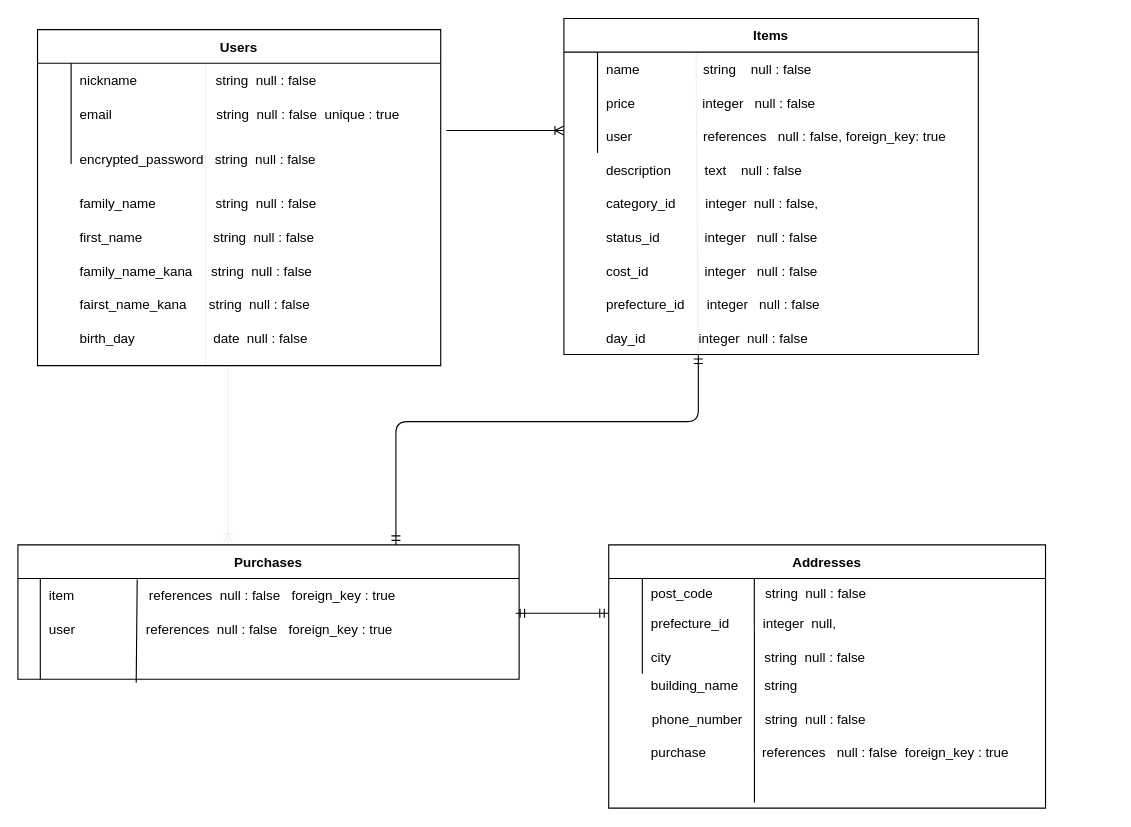
This is furima.dio from snake97123/furima-32028, a draw.io file, before an edit. Source tidied: cells renumbered, new cells numbered last; positions are measured from the earlier drawing's top-left corner, leaving out a move shared by most shapes. Both pictures are drawn from the tidied source at 112%, with x=0, y=0 at pixel (17, 18).
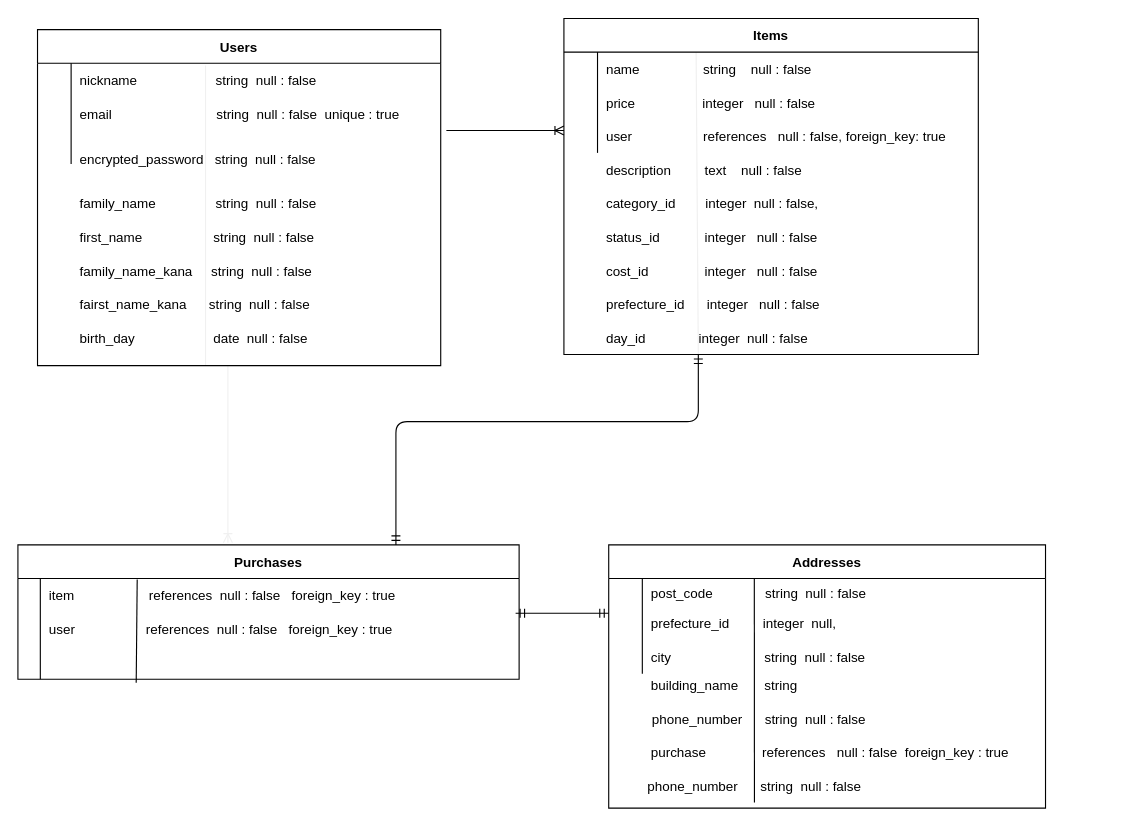
The same diagram, later.

Commit message (it also covers changes not shown here):
データベース設計 （番地カラムの追加）

Diff of the diagram source:
```diff
@@
+    <mxCell id="65" value="phone_number      string  null : false   " style="shape=partialRectangle;fillColor=none;top=0;left=0;bottom=0;right=0;align=left;spacingLeft=6;overflow=hidden;" parent="1" vertex="1">
+      <mxGeometry x="555" y="670" width="280" height="30" as="geometry" />
+    </mxCell>
```
